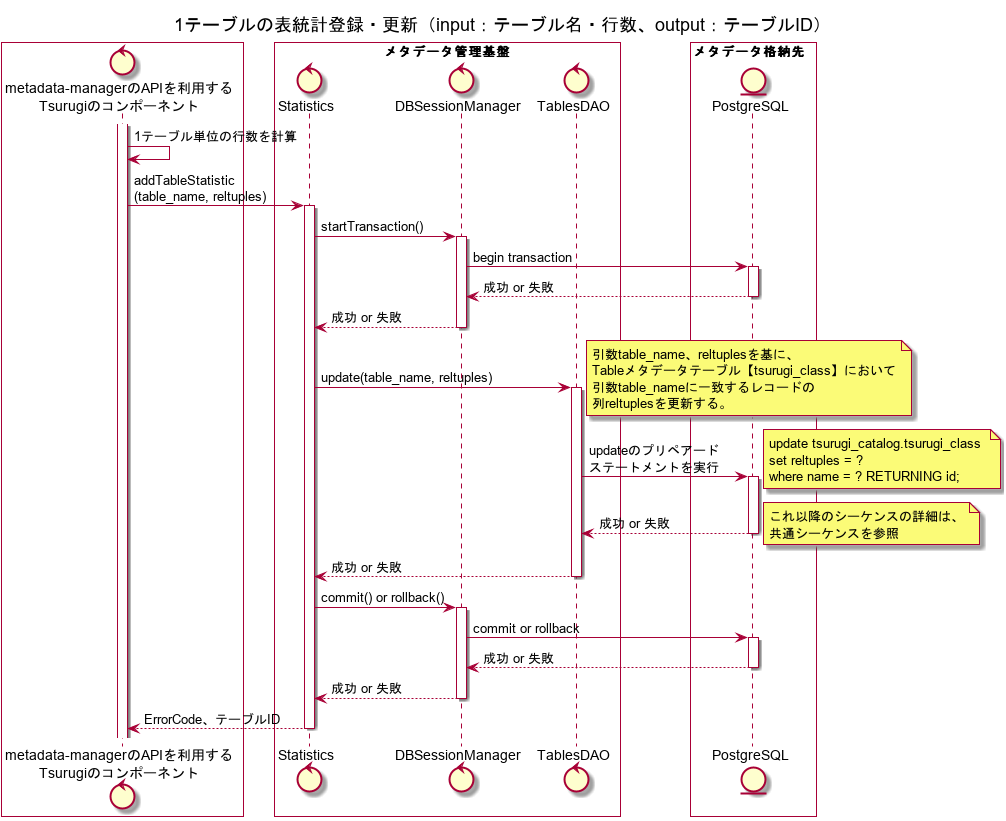
Before: metadata-manager/docs/statistic/02.FD/out/uml/SequenceDiagram_detail/1テーブルの表統計登録・更新（input：テーブル名・行数、output：テーブルID）.png, a diagram exported from PlantUML (project-tsurugi/metadata-manager). Source of this version:
```plantuml
@startuml
title 1テーブルの表統計登録・更新（input：テーブル名・行数、output：テーブルID）

box #White
control "metadata-managerのAPIを利用する\nTsurugiのコンポーネント" as ogawayama
end box
box "メタデータ管理基盤" #White
control "Statistics" as Statistics
control "DBSessionManager" as DBSessionManager
control "TablesDAO" as TablesDAO
end box
box メタデータ格納先  #White
entity "PostgreSQL" as metadata_storage
end box

activate ogawayama
ogawayama -> ogawayama : 1テーブル単位の行数を計算
ogawayama -> Statistics : addTableStatistic\n(table_name, reltuples)
activate Statistics
Statistics -> DBSessionManager : startTransaction()
activate DBSessionManager
DBSessionManager -> metadata_storage : begin transaction
activate metadata_storage
DBSessionManager <-- metadata_storage: 成功 or 失敗
deactivate metadata_storage
Statistics <-- DBSessionManager : 成功 or 失敗
deactivate DBSessionManager
Statistics -> TablesDAO : update(table_name, reltuples)
activate TablesDAO
note right
引数table_name、reltuplesを基に、
Tableメタデータテーブル【tsurugi_class】において
引数table_nameに一致するレコードの
列reltuplesを更新する。
end note
TablesDAO -> metadata_storage : updateのプリペアード\nステートメントを実行
note right
update tsurugi_catalog.tsurugi_class
set reltuples = ?
where name = ? RETURNING id;
end note
activate metadata_storage
TablesDAO <-- metadata_storage : 成功 or 失敗
note right
これ以降のシーケンスの詳細は、
共通シーケンスを参照
end note
deactivate metadata_storage
Statistics <-- TablesDAO : 成功 or 失敗
deactivate TablesDAO
Statistics -> DBSessionManager : commit() or rollback()
activate DBSessionManager
DBSessionManager -> metadata_storage : commit or rollback
activate metadata_storage
DBSessionManager <-- metadata_storage : 成功 or 失敗
deactivate metadata_storage
Statistics <-- DBSessionManager : 成功 or 失敗
deactivate DBSessionManager
ogawayama <-- Statistics : ErrorCode、テーブルID
deactivate Statistics

@enduml
```
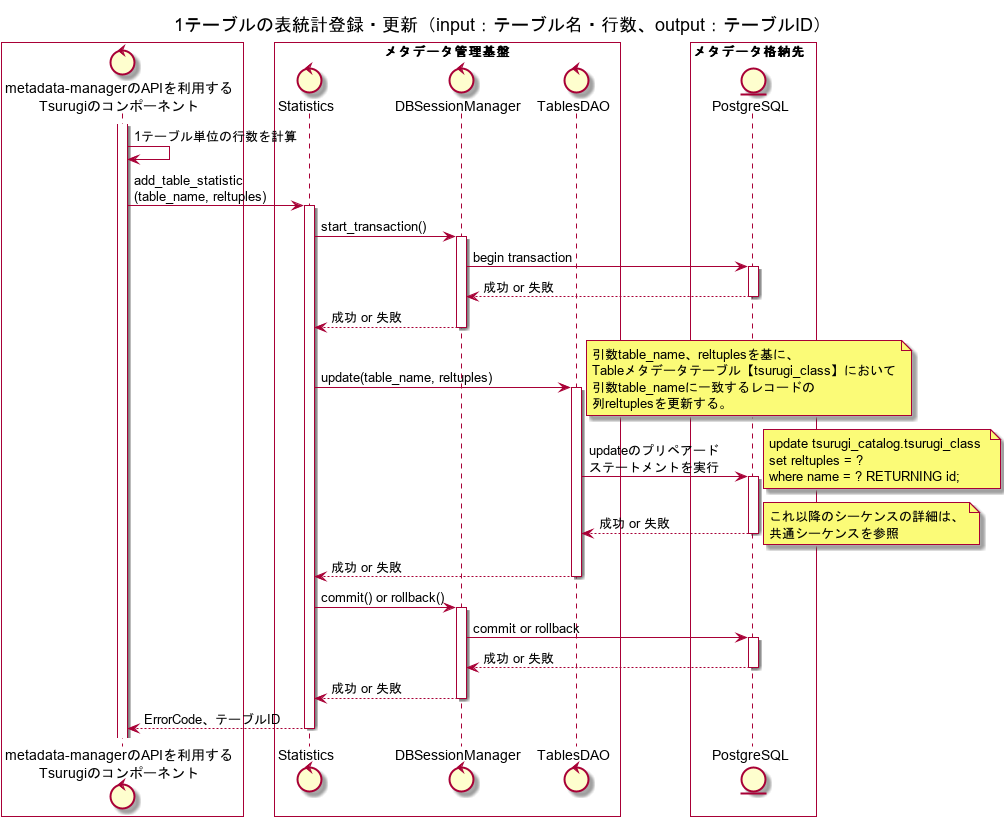
After the commit.

The edit, as a diff of the source:
```diff
@@ -15,9 +15,9 @@
 
 activate ogawayama
 ogawayama -> ogawayama : 1テーブル単位の行数を計算
-ogawayama -> Statistics : addTableStatistic\n(table_name, reltuples)
+ogawayama -> Statistics : add_table_statistic\n(table_name, reltuples)
 activate Statistics
-Statistics -> DBSessionManager : startTransaction()
+Statistics -> DBSessionManager : start_transaction()
 activate DBSessionManager
 DBSessionManager -> metadata_storage : begin transaction
 activate metadata_storage
```
